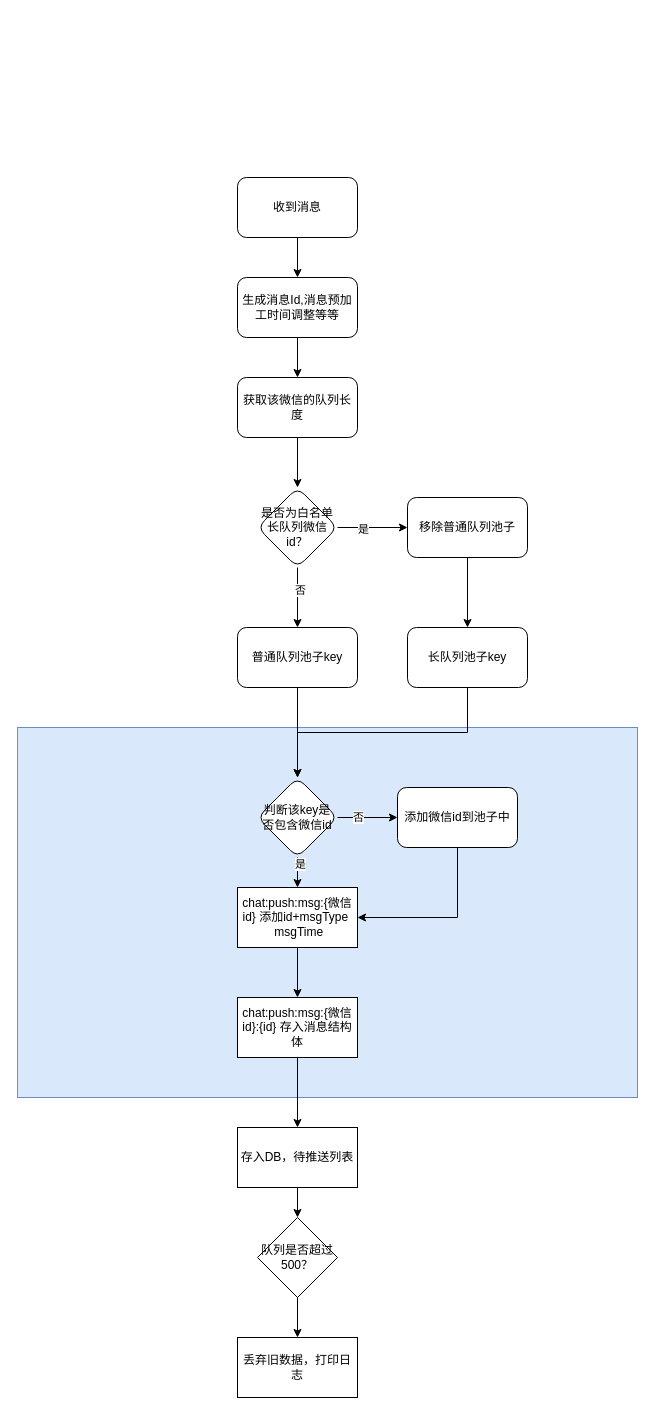
Above: miyuan/推送服务-存入redis.drawio in smallleaf/draw.io (draw.io), before the change. Source tidied: cells renumbered, new cells numbered last; positions are measured from the earlier drawing's top-left corner, leaving out a move shared by most shapes. Both pictures are drawn from the tidied source at 100%, with x=0, y=0 at pixel (17, 177).
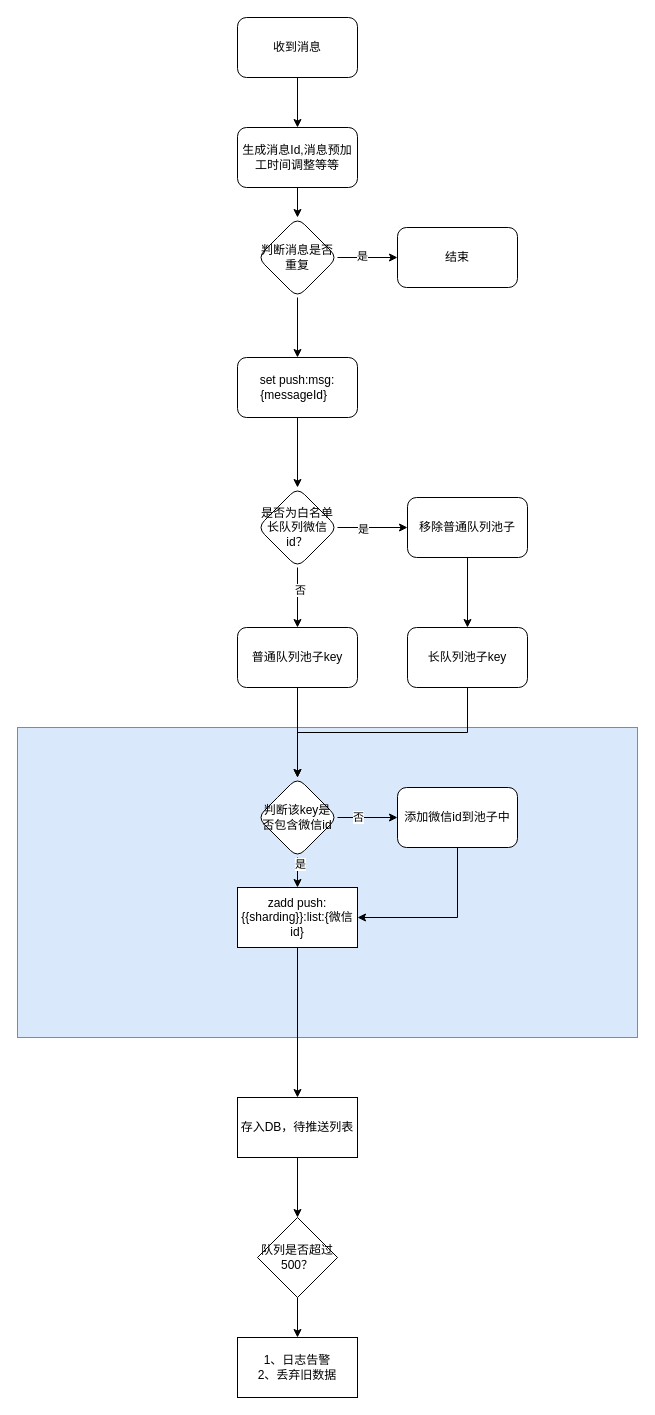
After the change.

Commit message:
更新推送服务-存入redis.drawio

Diff of the diagram source:
```diff
@@
     <mxCell id="2" style="rounded=0;whiteSpace=wrap;html=1;fillColor=#dae8fc;strokeColor=#6c8ebf;" parent="1" vertex="1">
-      <mxGeometry y="550" width="620" height="370" as="geometry" />
+      <mxGeometry y="550" width="620" height="310" as="geometry" />
     </mxCell>
@@
     <mxCell id="4" value="收到消息" style="rounded=1;whiteSpace=wrap;html=1;" parent="1" vertex="1">
-      <mxGeometry x="220" width="120" height="60" as="geometry" />
+      <mxGeometry x="220" y="-160" width="120" height="60" as="geometry" />
     </mxCell>
-    <mxCell id="5" style="edgeStyle=orthogonalEdgeStyle;rounded=0;jettySize=auto;html=1;" parent="1" edge="1" source="6" target="8">
-      <mxGeometry relative="1" as="geometry" />
-    </mxCell>
+    <mxCell id="36" style="edgeStyle=orthogonalEdgeStyle;rounded=0;jettySize=auto;html=1;" parent="1" edge="1" source="6" target="40">
+      <mxGeometry relative="1" as="geometry" />
+    </mxCell>
     <mxCell id="6" value="生成消息Id,消息预加工时间调整等等" style="rounded=1;whiteSpace=wrap;html=1;" parent="1" vertex="1">
-      <mxGeometry x="220" y="100" width="120" height="60" as="geometry" />
+      <mxGeometry x="220" y="-50" width="120" height="60" as="geometry" />
     </mxCell>
@@
-    <mxCell id="8" value="获取该微信的队列长度" style="rounded=1;whiteSpace=wrap;html=1;" parent="1" vertex="1">
-      <mxGeometry x="220" y="200" width="120" height="60" as="geometry" />
+    <mxCell id="8" value="set push:msg:{messageId}&amp;nbsp;&amp;nbsp;" style="rounded=1;whiteSpace=wrap;html=1;" parent="1" vertex="1">
+      <mxGeometry x="220" y="180" width="120" height="60" as="geometry" />
     </mxCell>
@@
-    <mxCell id="27" style="edgeStyle=orthogonalEdgeStyle;rounded=0;jettySize=auto;html=1;exitX=0.5;exitY=1;exitDx=0;exitDy=0;" parent="1" edge="1" source="28" target="30">
+    <mxCell id="27" style="edgeStyle=orthogonalEdgeStyle;rounded=0;jettySize=auto;html=1;exitX=0.5;exitY=1;exitDx=0;exitDy=0;entryX=0.5;entryY=0;entryDx=0;entryDy=0;" parent="1" edge="1" source="28" target="35">
       <mxGeometry relative="1" as="geometry" />
     </mxCell>
-    <mxCell id="28" value="chat:push:msg:{微信id} 添加id+msgType&amp;nbsp; &amp;nbsp;msgTime" style="whiteSpace=wrap;html=1;" parent="1" vertex="1">
+    <mxCell id="28" value="zadd push:{{sharding}}:list:{微信id}" style="whiteSpace=wrap;html=1;" parent="1" vertex="1">
       <mxGeometry x="220" y="710" width="120" height="60" as="geometry" />
     </mxCell>
-    <mxCell id="29" style="edgeStyle=orthogonalEdgeStyle;rounded=0;jettySize=auto;html=1;" parent="1" edge="1" source="30" target="35">
-      <mxGeometry relative="1" as="geometry" />
-    </mxCell>
-    <mxCell id="30" value="chat:push:msg:{微信id}:{id}&amp;nbsp;存入消息结构体" style="whiteSpace=wrap;html=1;" parent="1" vertex="1">
-      <mxGeometry x="220" y="820" width="120" height="60" as="geometry" />
-    </mxCell>
@@
-    <mxCell id="33" value="丢弃旧数据，打印日志" style="whiteSpace=wrap;html=1;" parent="1" vertex="1">
+    <mxCell id="33" value="1、日志告警&lt;div&gt;2、丢弃旧数据&lt;/div&gt;" style="whiteSpace=wrap;html=1;" parent="1" vertex="1">
       <mxGeometry x="220" y="1160" width="120" height="60" as="geometry" />
     </mxCell>
@@
     <mxCell id="35" value="存入DB，待推送列表" style="whiteSpace=wrap;html=1;" parent="1" vertex="1">
-      <mxGeometry x="220" y="950" width="120" height="60" as="geometry" />
+      <mxGeometry x="220" y="920" width="120" height="60" as="geometry" />
     </mxCell>
+    <mxCell id="37" style="edgeStyle=orthogonalEdgeStyle;rounded=0;jettySize=auto;html=1;" parent="1" edge="1" source="40" target="41">
+      <mxGeometry relative="1" as="geometry" />
+    </mxCell>
+    <mxCell id="38" value="是" style="edgeLabel;html=1;align=center;verticalAlign=middle;" parent="37" vertex="1">
+      <mxGeometry x="-0.2" y="2" relative="1" as="geometry" />
+    </mxCell>
+    <mxCell id="39" style="edgeStyle=orthogonalEdgeStyle;rounded=0;jettySize=auto;html=1;" parent="1" edge="1" source="40" target="8">
+      <mxGeometry relative="1" as="geometry" />
+    </mxCell>
+    <mxCell id="40" value="判断消息是否重复" style="rhombus;whiteSpace=wrap;html=1;rounded=1;" parent="1" vertex="1">
+      <mxGeometry x="240" y="40" width="80" height="80" as="geometry" />
+    </mxCell>
+    <mxCell id="41" value="结束" style="whiteSpace=wrap;html=1;rounded=1;" parent="1" vertex="1">
+      <mxGeometry x="380" y="50" width="120" height="60" as="geometry" />
+    </mxCell>
```
